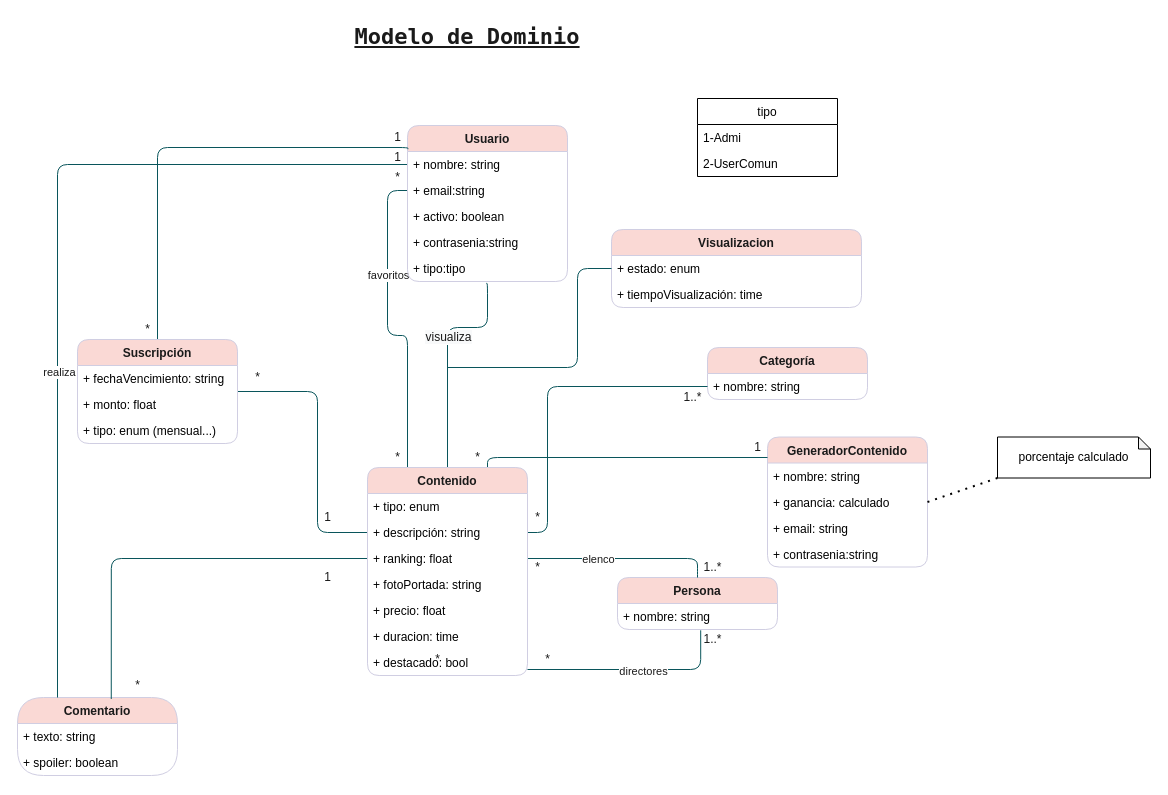
The draw.io diagram page "Relacional" (1 of 2) of Modelo de dominio.drawio in rouslop/LabJAVA, before the edit. Source tidied: cells renumbered, new cells numbered last; positions are measured from the earlier drawing's top-left corner, leaving out a move shared by most shapes. Both pictures are drawn from the tidied source at 100%, with x=0, y=0 at pixel (17, 17).
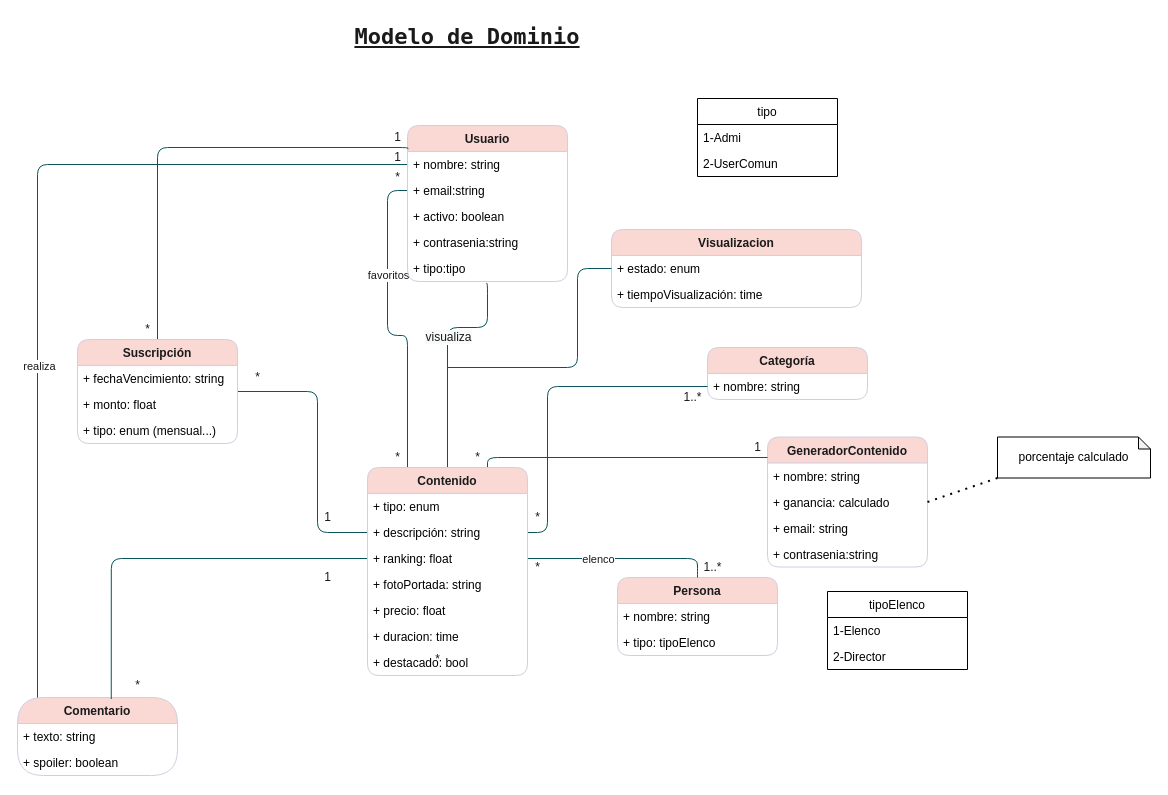
The same diagram, later.

Unchanged cells that the change refers to:
```xml
<mxCell id="12" value="Comentario" style="swimlane;fontStyle=1;align=center;verticalAlign=top;horizontal=1;startSize=26;sketch=0;fontColor=#1A1A1A;strokeColor=#D0CEE2;fillColor=#FAD9D5;rounded=1;arcSize=50;" parent="1" vertex="1">
  <mxGeometry y="680" width="160" height="78" as="geometry" />
</mxCell>
<mxCell id="21" value="+ nombre: string" style="text;strokeColor=none;fillColor=none;align=left;verticalAlign=top;spacingLeft=4;spacingRight=4;overflow=hidden;points=[[0,0.5],[1,0.5]];portConstraint=eastwest;rounded=1;" parent="20" vertex="1">
  <mxGeometry y="26" width="160" height="26" as="geometry" />
</mxCell>
<mxCell id="42" value="+ nombre: string" style="text;strokeColor=none;fillColor=none;align=left;verticalAlign=top;spacingLeft=4;spacingRight=4;overflow=hidden;points=[[0,0.5],[1,0.5]];portConstraint=eastwest;rounded=1;" parent="41" vertex="1">
  <mxGeometry y="26" width="160" height="26" as="geometry" />
</mxCell>
<mxCell id="60" value="Contenido" style="swimlane;fontStyle=1;align=center;verticalAlign=top;horizontal=1;startSize=26;sketch=0;fontColor=#1A1A1A;strokeColor=#D0CEE2;fillColor=#FAD9D5;rounded=1;" parent="1" vertex="1">
  <mxGeometry x="350" y="450" width="160" height="208" as="geometry" />
</mxCell>
```

Change to the diagram source:
```diff
@@
     <mxCell id="20" value="Persona" style="swimlane;fontStyle=1;align=center;verticalAlign=top;horizontal=1;startSize=26;sketch=0;fontColor=#1A1A1A;strokeColor=#D0CEE2;fillColor=#FAD9D5;rounded=1;" parent="1" vertex="1">
-      <mxGeometry x="600" y="560" width="160" height="52" as="geometry" />
+      <mxGeometry x="600" y="560" width="160" height="78" as="geometry" />
     </mxCell>
@@
+    <mxCell id="75" value="+ tipo: tipoElenco" style="text;strokeColor=none;fillColor=none;align=left;verticalAlign=top;spacingLeft=4;spacingRight=4;overflow=hidden;rounded=1;" parent="20" vertex="1">
+      <mxGeometry y="52" width="160" height="26" as="geometry" />
+    </mxCell>
@@
-    <mxCell id="25" value="1..*&lt;br&gt;" style="text;html=1;align=center;verticalAlign=middle;strokeColor=none;fontColor=#1A1A1A;" parent="1" vertex="1">
-      <mxGeometry x="680" y="612" width="30" height="20" as="geometry" />
-    </mxCell>
@@
-    <mxCell id="36" style="edgeStyle=orthogonalEdgeStyle;curved=0;rounded=1;sketch=0;jettySize=auto;html=1;exitX=0;exitY=0.5;exitDx=0;exitDy=0;entryX=0.25;entryY=0;entryDx=0;entryDy=0;fontColor=#1A1A1A;endArrow=none;endFill=0;strokeColor=#09555B;" parent="1" edge="1" source="42" target="12">
-      <mxGeometry relative="1" as="geometry" />
+    <mxCell id="36" style="edgeStyle=orthogonalEdgeStyle;curved=0;rounded=1;sketch=0;jettySize=auto;html=1;exitX=0;exitY=0.5;exitDx=0;exitDy=0;entryX=0.125;entryY=0;entryDx=0;entryDy=0;fontColor=#1A1A1A;endArrow=none;endFill=0;strokeColor=#09555B;entryPerimeter=0;" parent="1" edge="1" source="42" target="12">
+      <mxGeometry relative="1" as="geometry">
+        <Array as="points">
+          <mxPoint x="20" y="147" />
+        </Array>
+      </mxGeometry>
     </mxCell>
@@
-    <mxCell id="58" style="edgeStyle=orthogonalEdgeStyle;curved=0;rounded=1;sketch=0;jettySize=auto;html=1;entryX=0.52;entryY=1.031;entryDx=0;entryDy=0;entryPerimeter=0;fontColor=#1A1A1A;endArrow=none;endFill=0;strokeColor=#09555B;" parent="1" edge="1" source="60" target="21">
-      <mxGeometry relative="1" as="geometry">
-        <Array as="points">
-          <mxPoint x="430" y="652" />
-          <mxPoint x="683" y="652" />
-        </Array>
-      </mxGeometry>
-    </mxCell>
-    <mxCell id="59" value="directores" style="edgeLabel;html=1;align=center;verticalAlign=middle;fontColor=#1A1A1A;" parent="58" vertex="1">
-      <mxGeometry x="0.08" y="-1" relative="1" as="geometry" />
-    </mxCell>
@@
-    <mxCell id="69" value="*" style="text;html=1;align=center;verticalAlign=middle;strokeColor=none;fontColor=#1A1A1A;" parent="1" vertex="1">
-      <mxGeometry x="520" y="632" width="20" height="20" as="geometry" />
-    </mxCell>
@@
+    <mxCell id="76" value="tipoElenco" style="swimlane;fontStyle=0;horizontal=1;startSize=26;fillColor=none;" parent="1" vertex="1">
+      <mxGeometry x="810" y="574" width="140" height="78" as="geometry" />
+    </mxCell>
+    <mxCell id="77" value="1-Elenco" style="text;strokeColor=none;fillColor=none;align=left;verticalAlign=top;spacingLeft=4;spacingRight=4;overflow=hidden;" parent="76" vertex="1">
+      <mxGeometry y="26" width="140" height="26" as="geometry" />
+    </mxCell>
+    <mxCell id="78" value="2-Director" style="text;strokeColor=none;fillColor=none;align=left;verticalAlign=top;spacingLeft=4;spacingRight=4;overflow=hidden;" parent="76" vertex="1">
+      <mxGeometry y="52" width="140" height="26" as="geometry" />
+    </mxCell>
```
